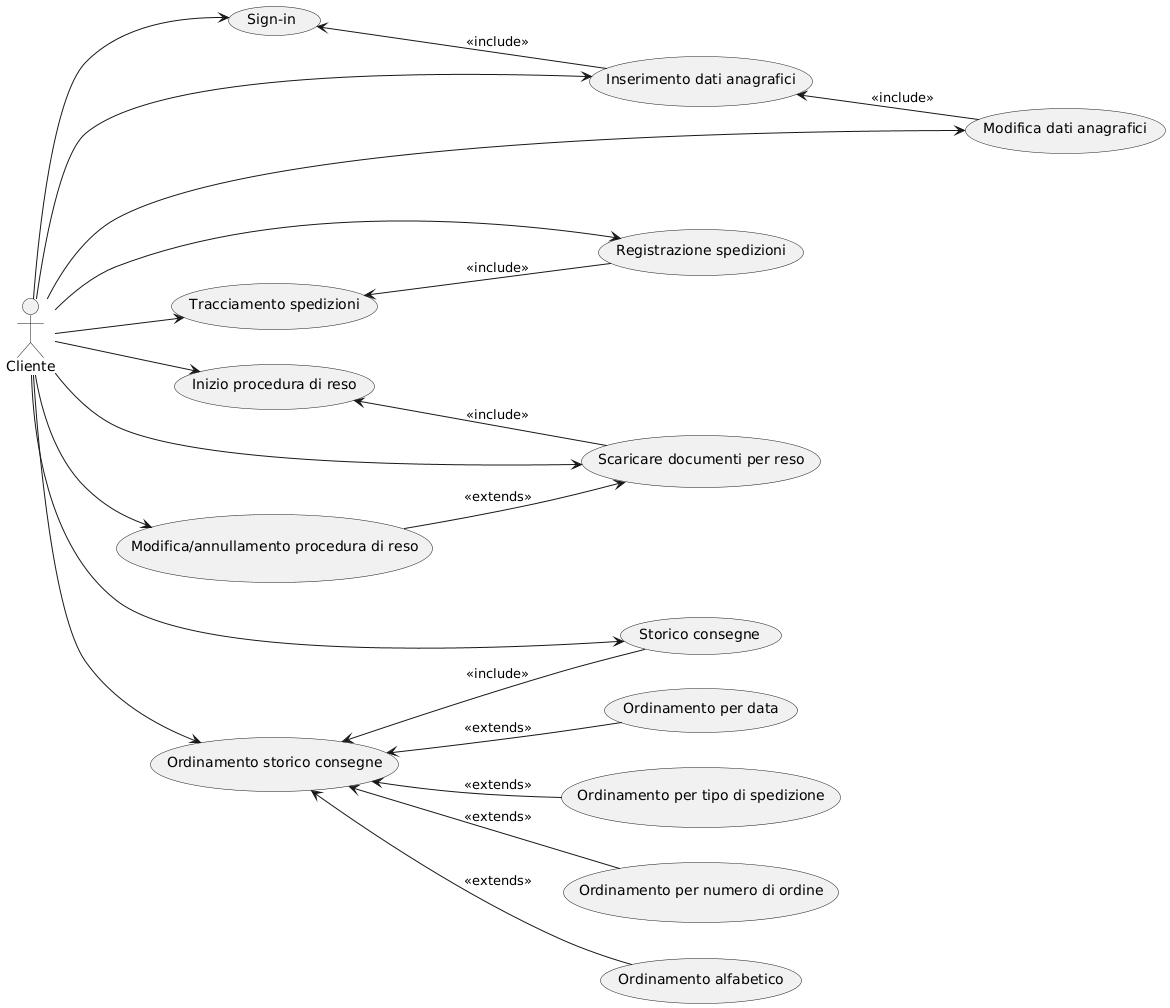
Zi0LEO/SistemiInformativi keeps this PlantUML diagram as report/assets/usecase_clienti.png. Above is the earlier version. The source it was exported from:
```plantuml
@startuml
left to right direction

actor Cliente

usecase "Sign-in" as UC1
usecase "Inserimento dati anagrafici" as UC2
usecase "Modifica dati anagrafici" as UC3
usecase "Registrazione spedizioni" as UC4
usecase "Tracciamento spedizioni" as UC5
usecase "Inizio procedura di reso" as UC6
usecase "Scaricare documenti per reso" as UC7
usecase "Modifica/annullamento procedura di reso" as UC8
usecase "Storico consegne" as UC9
usecase "Ordinamento storico consegne" as UC10

Cliente --> UC1
UC1 <-- UC2 : <<include>>
Cliente --> UC2
UC2 <-- UC3 : <<include>>
Cliente --> UC3
Cliente --> UC4
UC5 <-- UC4 : <<include>>
Cliente --> UC5
UC6 <-- UC7 : <<include>>
Cliente --> UC6
UC8 --> UC7 : <<extends>>
Cliente --> UC7
Cliente --> UC8
Cliente --> UC9
Cliente --> UC10

usecase "Ordinamento per data" as UC11
usecase "Ordinamento per tipo di spedizione" as UC12
usecase "Ordinamento per numero di ordine" as UC13
usecase "Ordinamento alfabetico" as UC14
UC10 <-- UC9 : <<include>>
UC10 <-- UC11 : <<extends>>
UC10 <-- UC12 : <<extends>>
UC10 <-- UC13 : <<extends>>
UC10 <-- UC14 : <<extends>>
@enduml
```
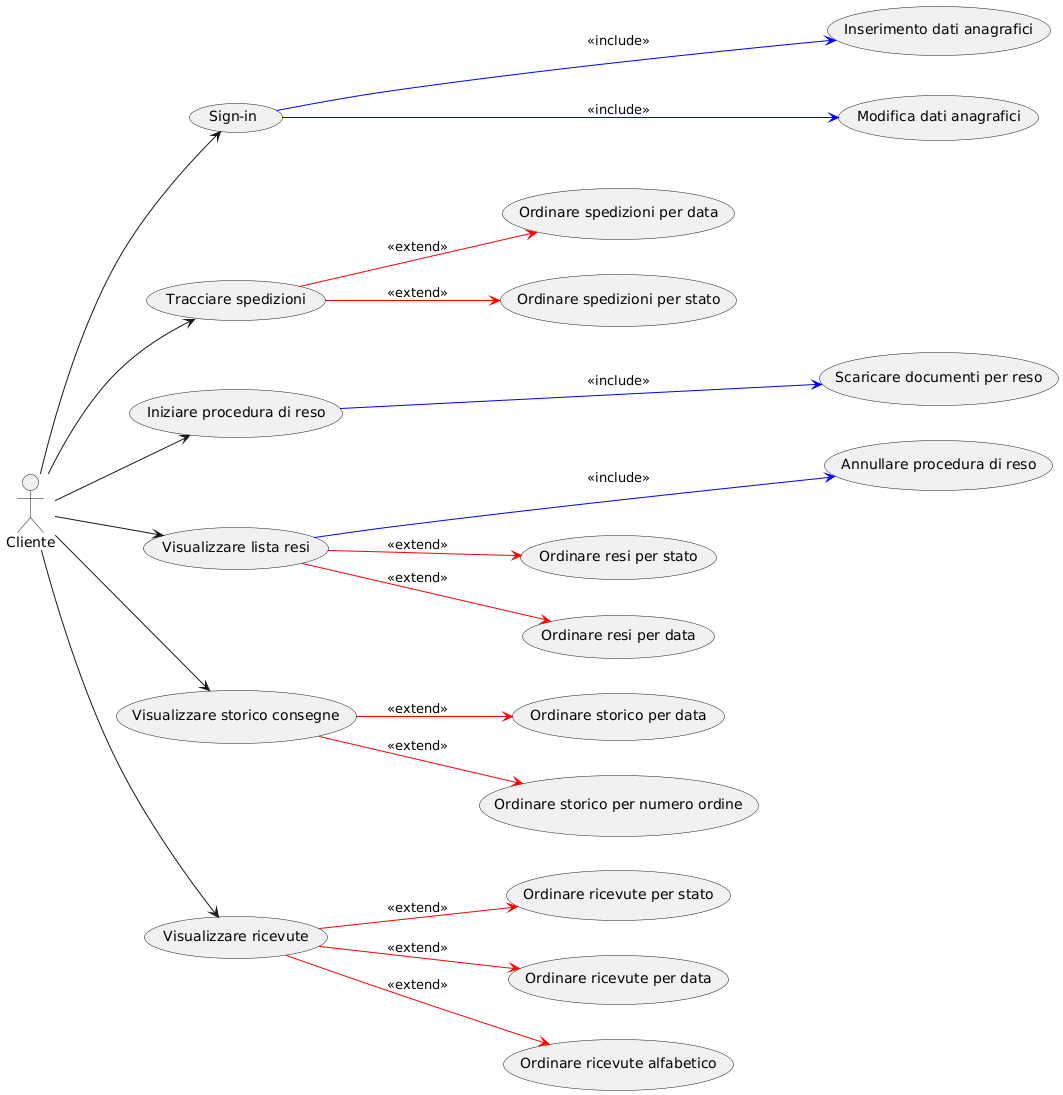
The same diagram one commit later.

Commit message:
updated use case diagrams

The edit, as a diff of the source:
```diff
@@ -1,42 +1,55 @@
 @startuml
 left to right direction
 
-actor Cliente
+actor Cliente as C
 
-usecase "Sign-in" as UC1
-usecase "Inserimento dati anagrafici" as UC2
-usecase "Modifica dati anagrafici" as UC3
-usecase "Registrazione spedizioni" as UC4
-usecase "Tracciamento spedizioni" as UC5
-usecase "Inizio procedura di reso" as UC6
-usecase "Scaricare documenti per reso" as UC7
-usecase "Modifica/annullamento procedura di reso" as UC8
-usecase "Storico consegne" as UC9
-usecase "Ordinamento storico consegne" as UC10
+usecase UC_SignIn           as "Sign-in"
+usecase UC_TracciaSped      as "Tracciare spedizioni"
+usecase UC_InizioReso       as "Iniziare procedura di reso"
+usecase UC_ListaResi        as "Visualizzare lista resi"
+usecase UC_StoricoConsegne  as "Visualizzare storico consegne"
+usecase UC_Ricevute         as "Visualizzare ricevute"
 
-Cliente --> UC1
-UC1 <-- UC2 : <<include>>
-Cliente --> UC2
-UC2 <-- UC3 : <<include>>
-Cliente --> UC3
-Cliente --> UC4
-UC5 <-- UC4 : <<include>>
-Cliente --> UC5
-UC6 <-- UC7 : <<include>>
-Cliente --> UC6
-UC8 --> UC7 : <<extends>>
-Cliente --> UC7
-Cliente --> UC8
-Cliente --> UC9
-Cliente --> UC10
+usecase UC_InsDati    as "Inserimento dati anagrafici"
+usecase UC_ModDati    as "Modifica dati anagrafici"
+usecase UC_ScaricaDoc as "Scaricare documenti per reso"
+usecase UC_AnnullaRes as "Annullare procedura di reso"
 
-usecase "Ordinamento per data" as UC11
-usecase "Ordinamento per tipo di spedizione" as UC12
-usecase "Ordinamento per numero di ordine" as UC13
-usecase "Ordinamento alfabetico" as UC14
-UC10 <-- UC9 : <<include>>
-UC10 <-- UC11 : <<extends>>
-UC10 <-- UC12 : <<extends>>
-UC10 <-- UC13 : <<extends>>
-UC10 <-- UC14 : <<extends>>
+usecase UC_OrdSpedData   as "Ordinare spedizioni per data"
+usecase UC_OrdSpedStato  as "Ordinare spedizioni per stato"
+
+usecase UC_OrdResiStato  as "Ordinare resi per stato"
+usecase UC_OrdResiData   as "Ordinare resi per data"
+
+usecase UC_OrdStoricoData   as "Ordinare storico per data"
+usecase UC_OrdStoricoOrdine as "Ordinare storico per numero ordine"
+
+usecase UC_OrdRicStato  as "Ordinare ricevute per stato"
+usecase UC_OrdRicData   as "Ordinare ricevute per data"
+usecase UC_OrdRicAlfa   as "Ordinare ricevute alfabetico"
+
+C --> UC_SignIn
+C --> UC_TracciaSped
+C --> UC_InizioReso
+C --> UC_ListaResi
+C --> UC_StoricoConsegne
+C --> UC_Ricevute
+
+UC_SignIn      -[#blue]--> UC_InsDati     : <<include>>
+UC_SignIn      -[#blue]--> UC_ModDati     : <<include>>
+UC_InizioReso  -[#blue]--> UC_ScaricaDoc  : <<include>>
+UC_ListaResi   -[#blue]--> UC_AnnullaRes  : <<include>>
+
+UC_TracciaSped  -[#red]-> UC_OrdSpedData  : <<extend>>
+UC_TracciaSped  -[#red]-> UC_OrdSpedStato : <<extend>>
+
+UC_ListaResi    -[#red]-> UC_OrdResiStato : <<extend>>
+UC_ListaResi    -[#red]-> UC_OrdResiData  : <<extend>>
+
+UC_StoricoConsegne -[#red]-> UC_OrdStoricoData   : <<extend>>
+UC_StoricoConsegne -[#red]-> UC_OrdStoricoOrdine : <<extend>>
+
+UC_Ricevute        -[#red]-> UC_OrdRicStato : <<extend>>
+UC_Ricevute        -[#red]-> UC_OrdRicData  : <<extend>>
+UC_Ricevute        -[#red]-> UC_OrdRicAlfa  : <<extend>>
 @enduml
```
